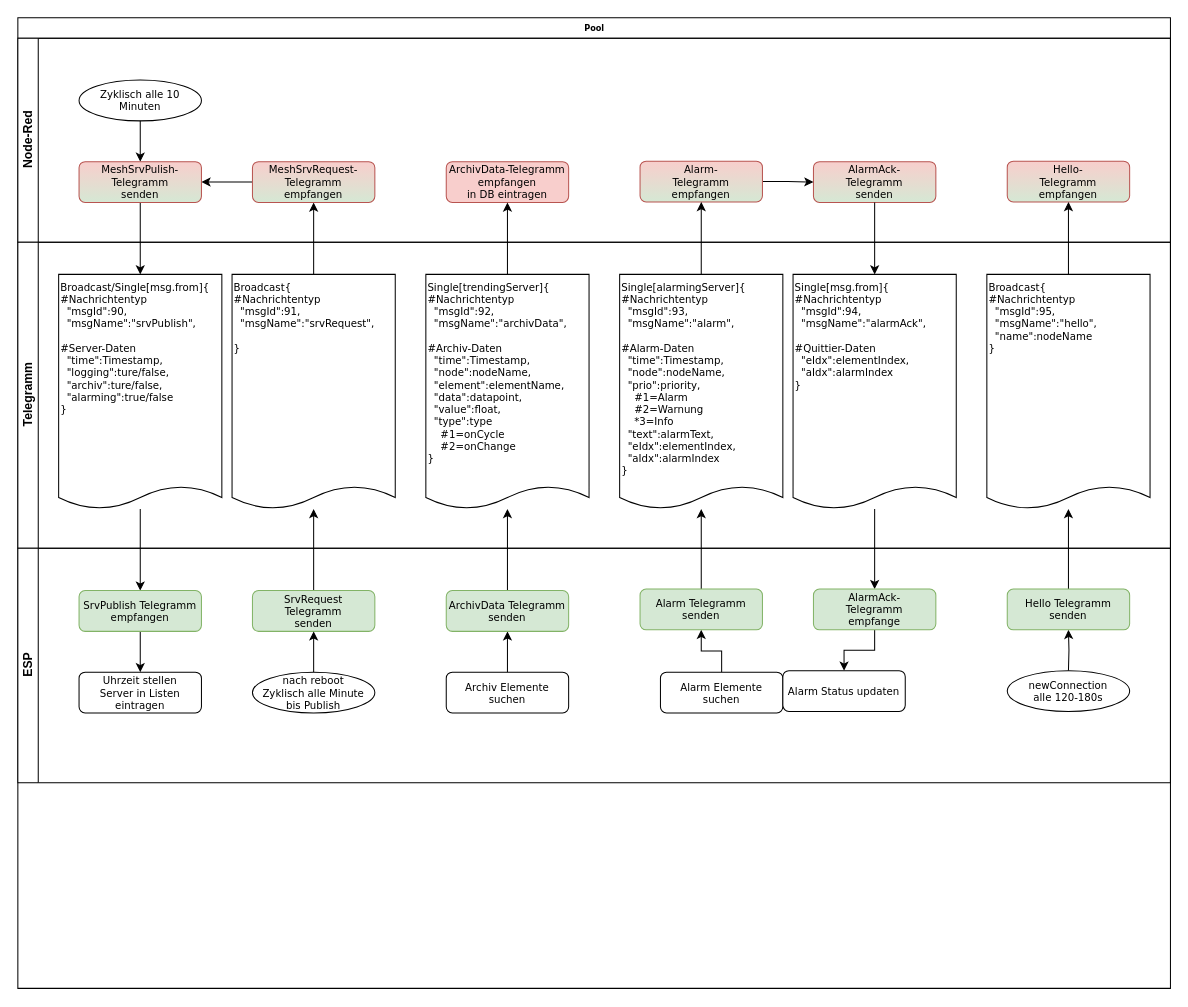
IchOK/JCA_IOT keeps this draw.io diagram as page "Client-Server [9x]" (6 of 10) of Dokumente/IOT_Structure.drawio. Above is the earlier version. Source tidied: cells renumbered, new cells numbered last; positions are measured from the earlier drawing's top-left corner, leaving out a move shared by most shapes. Both pictures are drawn from the tidied source at 102%, with x=0, y=0 at pixel (17, 17).
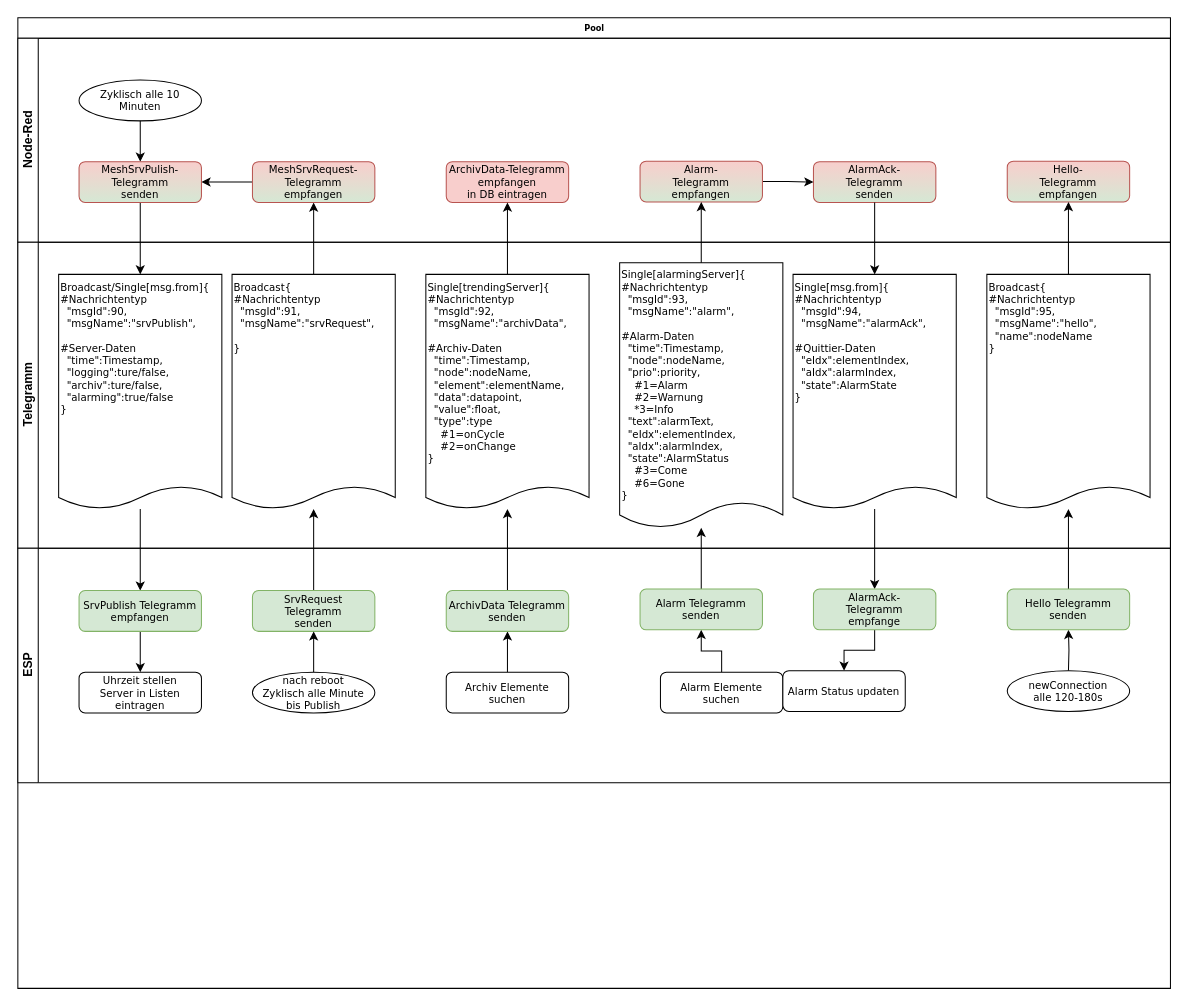
The same page after the edit.

Commit message (it also covers changes not shown here):
Add Archiv and Alarm

The change refers to these unchanged cells:
```xml
<mxCell id="22" value="Telegramm" style="swimlane;html=1;startSize=20;horizontal=0;swimlaneFillColor=none;" parent="2" vertex="1">
  <mxGeometry y="220" width="1130" height="300" as="geometry" />
</mxCell>
```

Diff of the diagram source:
```diff
@@
-    <mxCell id="24" value="Single[msg.from]{&lt;span&gt;&lt;br&gt;&lt;/span&gt;#Nachrichtentyp&lt;br&gt;&lt;span&gt;&amp;nbsp; &quot;msgId&quot;:94,&lt;br&gt;&lt;/span&gt;&amp;nbsp; &quot;msgName&quot;:&quot;alarmAck&quot;,&lt;br&gt;&lt;br&gt;#Quittier-Daten&lt;br&gt;&amp;nbsp; &quot;eIdx&quot;:elementIndex,&lt;br&gt;&amp;nbsp; &quot;aIdx&quot;:alarmIndex&lt;br&gt;&lt;span&gt;}&lt;br&gt;&lt;/span&gt;" style="shape=document;whiteSpace=wrap;html=1;boundedLbl=1;fontFamily=Verdana;fontSize=10;align=left;verticalAlign=top;size=0.09727269952947443;" parent="22" vertex="1">
+    <mxCell id="24" value="Single[msg.from]{&lt;span&gt;&lt;br&gt;&lt;/span&gt;#Nachrichtentyp&lt;br&gt;&lt;span&gt;&amp;nbsp; &quot;msgId&quot;:94,&lt;br&gt;&lt;/span&gt;&amp;nbsp; &quot;msgName&quot;:&quot;alarmAck&quot;,&lt;br&gt;&lt;br&gt;#Quittier-Daten&lt;br&gt;&amp;nbsp; &quot;eIdx&quot;:elementIndex,&lt;br&gt;&amp;nbsp; &quot;aIdx&quot;:alarmIndex,&lt;br&gt;&amp;nbsp; &quot;state&quot;:AlarmState&lt;br&gt;&lt;span&gt;}&lt;br&gt;&lt;/span&gt;" style="shape=document;whiteSpace=wrap;html=1;boundedLbl=1;fontFamily=Verdana;fontSize=10;align=left;verticalAlign=top;size=0.09727269952947443;" parent="22" vertex="1">
       <mxGeometry x="760" y="31.5" width="160" height="230" as="geometry" />
     </mxCell>
-    <mxCell id="25" value="Single[alarmingServer]{&lt;span&gt;&lt;br&gt;&lt;/span&gt;#Nachrichtentyp&lt;br&gt;&lt;span&gt;&amp;nbsp; &quot;msgId&quot;:93,&lt;br&gt;&lt;/span&gt;&amp;nbsp; &quot;msgName&quot;:&quot;alarm&quot;,&lt;br&gt;&lt;br&gt;#Alarm-Daten&lt;br&gt;&amp;nbsp; &quot;time&quot;:Timestamp,&lt;br&gt;&amp;nbsp; &quot;node&quot;:nodeName,&lt;br&gt;&amp;nbsp; &quot;prio&quot;:priority,&lt;br&gt;&amp;nbsp; &amp;nbsp; #1=Alarm&lt;br&gt;&amp;nbsp; &amp;nbsp; #2=Warnung&lt;br&gt;&amp;nbsp; &amp;nbsp; *3=Info&lt;br&gt;&amp;nbsp; &quot;text&quot;:alarmText,&lt;br&gt;&amp;nbsp; &quot;eIdx&quot;:elementIndex,&lt;br&gt;&amp;nbsp; &quot;aIdx&quot;:alarmIndex&lt;br&gt;&lt;span&gt;}&lt;br&gt;&lt;/span&gt;" style="shape=document;whiteSpace=wrap;html=1;boundedLbl=1;fontFamily=Verdana;fontSize=10;align=left;verticalAlign=top;size=0.09727269952947443;" parent="22" vertex="1">
-      <mxGeometry x="590" y="31.5" width="160" height="230" as="geometry" />
+    <mxCell id="25" value="Single[alarmingServer]{&lt;span&gt;&lt;br&gt;&lt;/span&gt;#Nachrichtentyp&lt;br&gt;&lt;span&gt;&amp;nbsp; &quot;msgId&quot;:93,&lt;br&gt;&lt;/span&gt;&amp;nbsp; &quot;msgName&quot;:&quot;alarm&quot;,&lt;br&gt;&lt;br&gt;#Alarm-Daten&lt;br&gt;&amp;nbsp; &quot;time&quot;:Timestamp,&lt;br&gt;&amp;nbsp; &quot;node&quot;:nodeName,&lt;br&gt;&amp;nbsp; &quot;prio&quot;:priority,&lt;br&gt;&amp;nbsp; &amp;nbsp; #1=Alarm&lt;br&gt;&amp;nbsp; &amp;nbsp; #2=Warnung&lt;br&gt;&amp;nbsp; &amp;nbsp; *3=Info&lt;br&gt;&amp;nbsp; &quot;text&quot;:alarmText,&lt;br&gt;&amp;nbsp; &quot;eIdx&quot;:elementIndex,&lt;br&gt;&amp;nbsp; &quot;aIdx&quot;:alarmIndex,&lt;br&gt;&amp;nbsp; &quot;state&quot;:AlarmStatus&lt;br&gt;&amp;nbsp; &amp;nbsp; #3=Come&lt;br&gt;&amp;nbsp; &amp;nbsp; #6=Gone&lt;br&gt;&lt;span&gt;}&lt;br&gt;&lt;/span&gt;" style="shape=document;whiteSpace=wrap;html=1;boundedLbl=1;fontFamily=Verdana;fontSize=10;align=left;verticalAlign=top;size=0.09727269952947443;" parent="22" vertex="1">
+      <mxGeometry x="590" y="20" width="160" height="260" as="geometry" />
     </mxCell>
```
